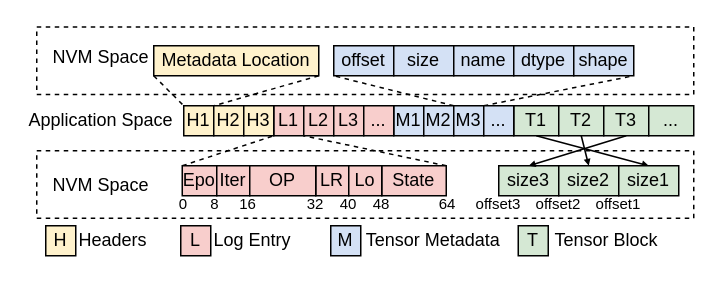
Before: fig/P_M.drawio in icszhr/NCheck, a draw.io diagram. Source tidied: cells renumbered, new cells numbered last; positions are measured from the earlier drawing's top-left corner, leaving out a move shared by most shapes. Both pictures are drawn from the tidied source at 150%, with x=0, y=0 at pixel (26, 27).
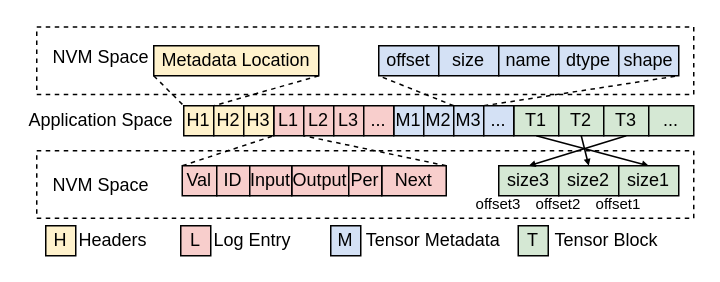
After the change.

The edit, as a diff of the source:
```diff
@@
-    <mxCell id="18" value="&lt;font style=&quot;font-size: 10px;&quot;&gt;0&lt;/font&gt;" style="text;html=1;align=center;verticalAlign=middle;whiteSpace=wrap;rounded=0;" parent="1" vertex="1">
-      <mxGeometry x="100" y="112" width="10" height="10" as="geometry" />
-    </mxCell>
-    <mxCell id="19" value="&lt;font style=&quot;font-size: 10px;&quot;&gt;8&lt;/font&gt;" style="text;html=1;align=center;verticalAlign=middle;whiteSpace=wrap;rounded=0;" parent="1" vertex="1">
-      <mxGeometry x="121" y="112" width="10" height="10" as="geometry" />
-    </mxCell>
-    <mxCell id="20" value="&lt;font style=&quot;font-size: 10px;&quot;&gt;16&lt;/font&gt;" style="text;html=1;align=center;verticalAlign=middle;whiteSpace=wrap;rounded=0;" parent="1" vertex="1">
-      <mxGeometry x="143" y="112" width="10" height="10" as="geometry" />
-    </mxCell>
-    <mxCell id="21" value="&lt;font style=&quot;font-size: 10px;&quot;&gt;32&lt;/font&gt;" style="text;html=1;align=center;verticalAlign=middle;whiteSpace=wrap;rounded=0;" parent="1" vertex="1">
-      <mxGeometry x="188" y="112" width="10" height="10" as="geometry" />
-    </mxCell>
-    <mxCell id="22" value="&lt;font style=&quot;font-size: 10px;&quot;&gt;64&lt;/font&gt;" style="text;html=1;align=center;verticalAlign=middle;whiteSpace=wrap;rounded=0;" parent="1" vertex="1">
-      <mxGeometry x="276" y="112" width="10" height="10" as="geometry" />
-    </mxCell>
@@
     <mxCell id="24" value="offset" style="rounded=0;whiteSpace=wrap;html=1;fillColor=#D4E1F5;" parent="1" vertex="1">
-      <mxGeometry x="205" y="12" width="40" height="20" as="geometry" />
+      <mxGeometry x="235" y="12" width="40" height="20" as="geometry" />
     </mxCell>
     <mxCell id="25" value="size" style="rounded=0;whiteSpace=wrap;html=1;fillColor=#D4E1F5;" parent="1" vertex="1">
-      <mxGeometry x="245" y="12" width="40" height="20" as="geometry" />
+      <mxGeometry x="275" y="12" width="40" height="20" as="geometry" />
     </mxCell>
     <mxCell id="26" value="name" style="rounded=0;whiteSpace=wrap;html=1;fillColor=#D4E1F5;" parent="1" vertex="1">
-      <mxGeometry x="285" y="12" width="40" height="20" as="geometry" />
+      <mxGeometry x="315" y="12" width="40" height="20" as="geometry" />
     </mxCell>
     <mxCell id="27" value="dtype" style="rounded=0;whiteSpace=wrap;html=1;fillColor=#D4E1F5;" parent="1" vertex="1">
-      <mxGeometry x="325" y="12" width="40" height="20" as="geometry" />
+      <mxGeometry x="355" y="12" width="40" height="20" as="geometry" />
     </mxCell>
     <mxCell id="28" value="shape" style="rounded=0;whiteSpace=wrap;html=1;fillColor=#D4E1F5;" parent="1" vertex="1">
-      <mxGeometry x="365" y="12" width="40" height="20" as="geometry" />
+      <mxGeometry x="395" y="12" width="40" height="20" as="geometry" />
     </mxCell>
-    <mxCell id="29" value="Epo" style="rounded=0;whiteSpace=wrap;html=1;fillColor=#F8CECC;" parent="1" vertex="1">
+    <mxCell id="29" value="Val" style="rounded=0;whiteSpace=wrap;html=1;fillColor=#F8CECC;" parent="1" vertex="1">
       <mxGeometry x="104" y="92" width="23" height="20" as="geometry" />
     </mxCell>
-    <mxCell id="30" value="Iter" style="rounded=0;whiteSpace=wrap;html=1;fillColor=#F8CECC;" parent="1" vertex="1">
+    <mxCell id="30" value="ID" style="rounded=0;whiteSpace=wrap;html=1;fillColor=#F8CECC;" parent="1" vertex="1">
       <mxGeometry x="127" y="92" width="22" height="20" as="geometry" />
     </mxCell>
-    <mxCell id="31" value="LR" style="rounded=0;whiteSpace=wrap;html=1;fillColor=#F8CECC;" parent="1" vertex="1">
-      <mxGeometry x="193" y="92" width="22" height="20" as="geometry" />
+    <mxCell id="31" value="Output" style="rounded=0;whiteSpace=wrap;html=1;fillColor=#F8CECC;" parent="1" vertex="1">
+      <mxGeometry x="177" y="92" width="38" height="20" as="geometry" />
     </mxCell>
-    <mxCell id="32" value="OP" style="rounded=0;whiteSpace=wrap;html=1;fillColor=#F8CECC;" parent="1" vertex="1">
-      <mxGeometry x="149" y="92" width="44" height="20" as="geometry" />
+    <mxCell id="32" value="Input" style="rounded=0;whiteSpace=wrap;html=1;fillColor=#F8CECC;" parent="1" vertex="1">
+      <mxGeometry x="149" y="92" width="28" height="20" as="geometry" />
     </mxCell>
@@
-    <mxCell id="60" value="State" style="rounded=0;whiteSpace=wrap;html=1;fillColor=#F8CECC;" parent="1" vertex="1">
+    <mxCell id="60" value="Next" style="rounded=0;whiteSpace=wrap;html=1;fillColor=#F8CECC;" parent="1" vertex="1">
       <mxGeometry x="237" y="92" width="43" height="20" as="geometry" />
     </mxCell>
-    <mxCell id="61" value="&lt;font style=&quot;font-size: 10px;&quot;&gt;40&lt;/font&gt;" style="text;html=1;align=center;verticalAlign=middle;whiteSpace=wrap;rounded=0;" parent="1" vertex="1">
-      <mxGeometry x="210" y="112" width="10" height="10" as="geometry" />
-    </mxCell>
-    <mxCell id="62" value="Lo" style="rounded=0;whiteSpace=wrap;html=1;fillColor=#F8CECC;" parent="1" vertex="1">
+    <mxCell id="62" value="Per" style="rounded=0;whiteSpace=wrap;html=1;fillColor=#F8CECC;" parent="1" vertex="1">
       <mxGeometry x="215" y="92" width="22" height="20" as="geometry" />
     </mxCell>
-    <mxCell id="63" value="&lt;font style=&quot;font-size: 10px;&quot;&gt;48&lt;/font&gt;" style="text;html=1;align=center;verticalAlign=middle;whiteSpace=wrap;rounded=0;" parent="1" vertex="1">
-      <mxGeometry x="232" y="112" width="10" height="10" as="geometry" />
-    </mxCell>
```
